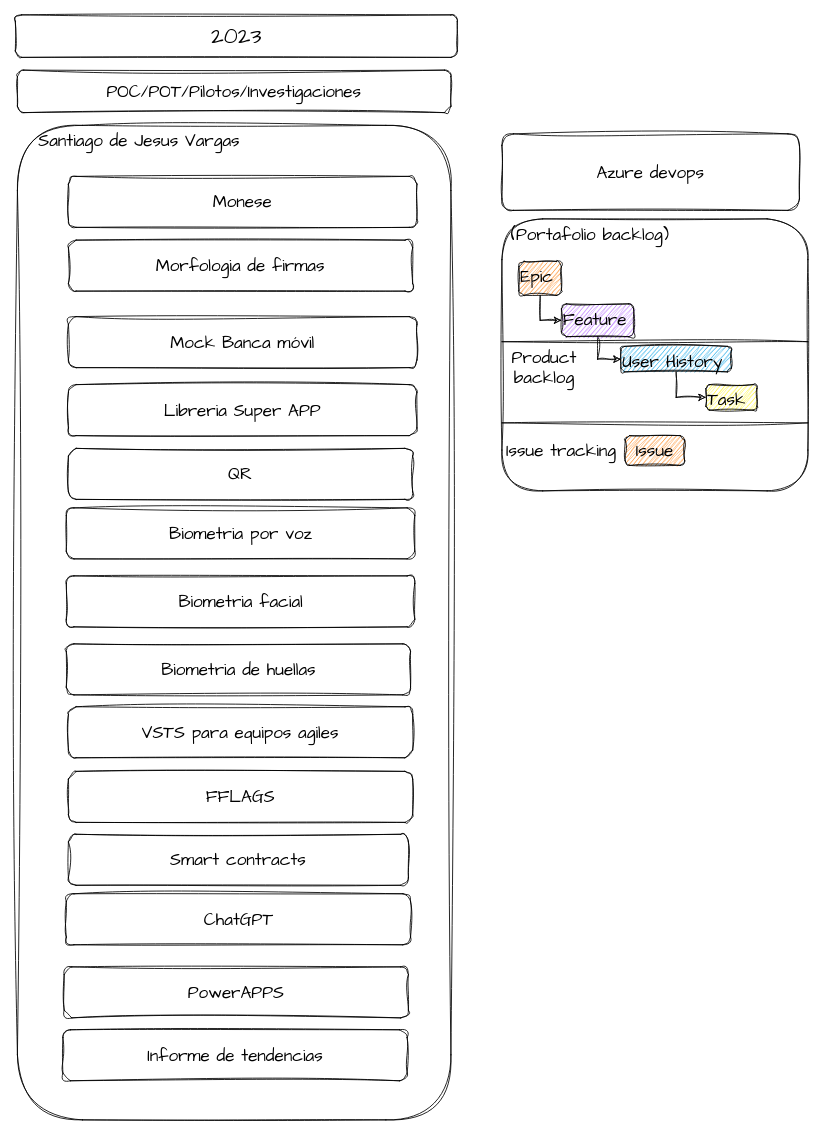
Before: page "POC" (2 of 2) of Custodia iniciativas.drawio in santiagovb/Diagramas, a draw.io diagram. Source tidied: cells renumbered, new cells numbered last; positions are measured from the earlier drawing's top-left corner, leaving out a move shared by most shapes. Both pictures are drawn from the tidied source at 85%, with x=0, y=0 at pixel (15, 14).
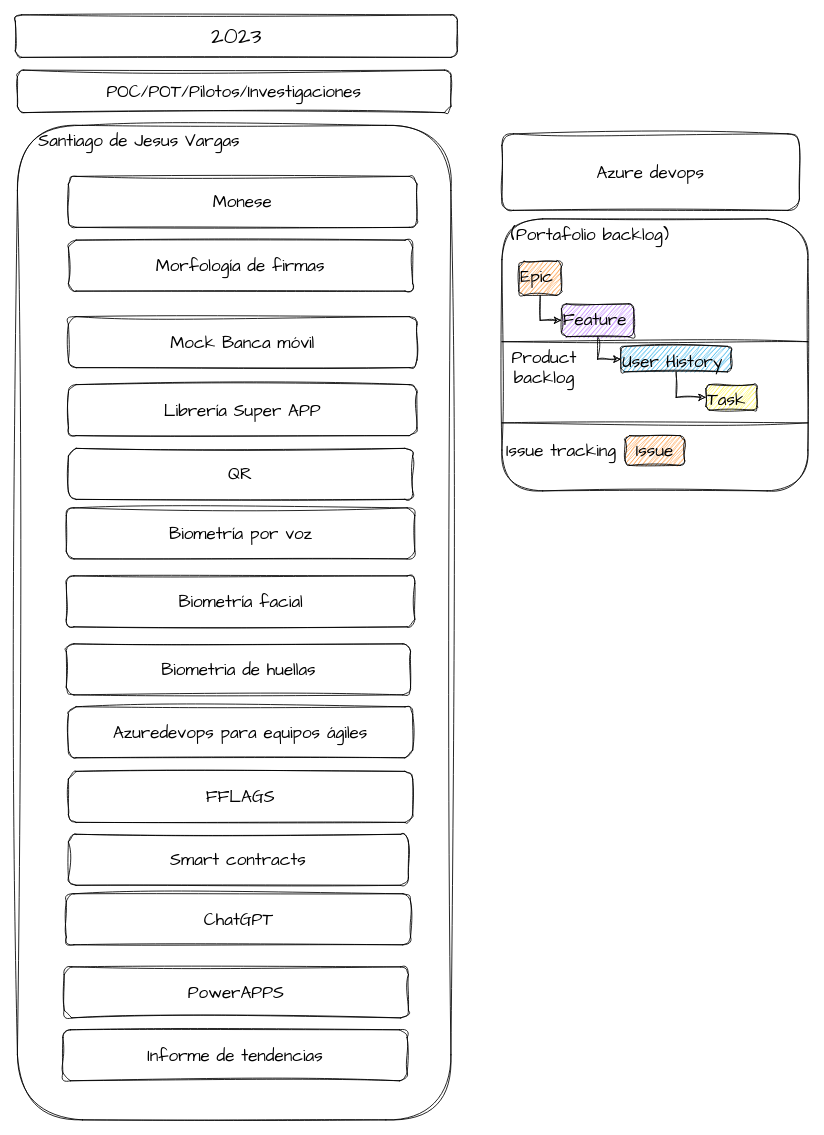
Above is the later version.

The edit, as a diff of the source:
```diff
@@
-    <mxCell id="4" value="Biometria por voz" style="text;whiteSpace=wrap;html=1;fontSize=20;fontFamily=Architects Daughter;align=center;verticalAlign=middle;fillColor=default;strokeColor=default;rounded=1;sketch=1;hachureGap=4;jiggle=2;curveFitting=1;fontColor=#000000;labelBackgroundColor=none;" parent="1" vertex="1">
+    <mxCell id="4" value="Biometría por voz" style="text;whiteSpace=wrap;html=1;fontSize=20;fontFamily=Architects Daughter;align=center;verticalAlign=middle;fillColor=default;strokeColor=default;rounded=1;sketch=1;hachureGap=4;jiggle=2;curveFitting=1;fontColor=#000000;labelBackgroundColor=none;" parent="1" vertex="1">
       <mxGeometry x="59.5" y="580" width="410" height="60" as="geometry" />
     </mxCell>
-    <mxCell id="5" value="&lt;div style=&quot;text-align: left;&quot;&gt;&lt;span style=&quot;background-color: initial;&quot;&gt;Biometria facial&lt;/span&gt;&lt;/div&gt;" style="rounded=1;whiteSpace=wrap;html=1;sketch=1;hachureGap=4;jiggle=2;curveFitting=1;fontFamily=Architects Daughter;fontSize=20;gradientColor=none;fontColor=#000000;labelBackgroundColor=none;" parent="1" vertex="1">
+    <mxCell id="5" value="&lt;div style=&quot;text-align: left;&quot;&gt;&lt;span style=&quot;background-color: initial;&quot;&gt;Biometría facial&lt;/span&gt;&lt;/div&gt;" style="rounded=1;whiteSpace=wrap;html=1;sketch=1;hachureGap=4;jiggle=2;curveFitting=1;fontFamily=Architects Daughter;fontSize=20;gradientColor=none;fontColor=#000000;labelBackgroundColor=none;" parent="1" vertex="1">
       <mxGeometry x="59.5" y="660" width="410" height="60" as="geometry" />
     </mxCell>
@@
-    <mxCell id="7" value="&lt;div style=&quot;text-align: left;&quot;&gt;Libreria Super APP&lt;/div&gt;" style="rounded=1;whiteSpace=wrap;html=1;sketch=1;hachureGap=4;jiggle=2;curveFitting=1;fontFamily=Architects Daughter;fontSize=20;fontColor=#000000;labelBackgroundColor=none;" parent="1" vertex="1">
+    <mxCell id="7" value="&lt;div style=&quot;text-align: left;&quot;&gt;Librería Super APP&lt;/div&gt;" style="rounded=1;whiteSpace=wrap;html=1;sketch=1;hachureGap=4;jiggle=2;curveFitting=1;fontFamily=Architects Daughter;fontSize=20;fontColor=#000000;labelBackgroundColor=none;" parent="1" vertex="1">
       <mxGeometry x="62" y="435" width="410" height="60" as="geometry" />
     </mxCell>
@@
-    <mxCell id="11" value="&lt;div style=&quot;text-align: left;&quot;&gt;&lt;span style=&quot;background-color: initial;&quot;&gt;Morfologia de firmas&lt;/span&gt;&lt;/div&gt;" style="rounded=1;whiteSpace=wrap;html=1;sketch=1;hachureGap=4;jiggle=2;curveFitting=1;fontFamily=Architects Daughter;fontSize=20;fontColor=#000000;labelBackgroundColor=none;" parent="1" vertex="1">
+    <mxCell id="11" value="&lt;div style=&quot;text-align: left;&quot;&gt;&lt;span style=&quot;background-color: initial;&quot;&gt;Morfología de firmas&lt;/span&gt;&lt;/div&gt;" style="rounded=1;whiteSpace=wrap;html=1;sketch=1;hachureGap=4;jiggle=2;curveFitting=1;fontFamily=Architects Daughter;fontSize=20;fontColor=#000000;labelBackgroundColor=none;" parent="1" vertex="1">
       <mxGeometry x="62" y="265" width="405" height="60" as="geometry" />
     </mxCell>
@@
-    <mxCell id="13" value="VSTS para equipos agiles" style="rounded=1;whiteSpace=wrap;html=1;sketch=1;hachureGap=4;jiggle=2;curveFitting=1;fontFamily=Architects Daughter;fontSize=20;fontColor=#000000;labelBackgroundColor=none;" parent="1" vertex="1">
+    <mxCell id="13" value="Azuredevops para equipos ágiles" style="rounded=1;whiteSpace=wrap;html=1;sketch=1;hachureGap=4;jiggle=2;curveFitting=1;fontFamily=Architects Daughter;fontSize=20;fontColor=#000000;labelBackgroundColor=none;" parent="1" vertex="1">
       <mxGeometry x="62" y="814" width="405" height="60" as="geometry" />
     </mxCell>
```
